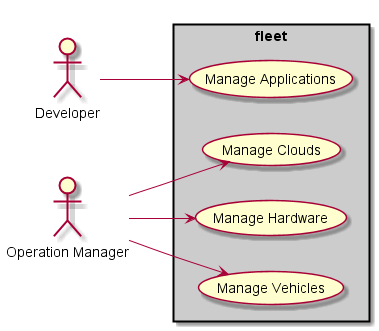
Above: docs/UseCases/UseCases.png in CAADE/fleet (PlantUML), before the change.
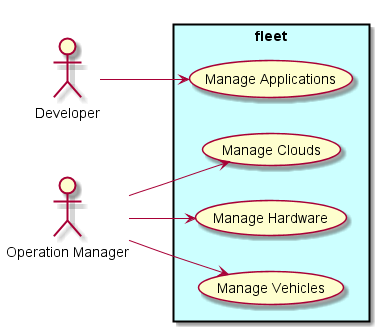
Later version of the same file.

Diff of the diagram source:
```diff
@@ -5,7 +5,7 @@
 :Developer: as Dev
 :Operation Manager: as Ops
 
-rectangle "fleet"  #cccccc {
+rectangle "fleet"  #ccffff {
     (Manage Applications) as MA
     (Manage Clouds) as MC
     (Manage Hardware) as MH
```
